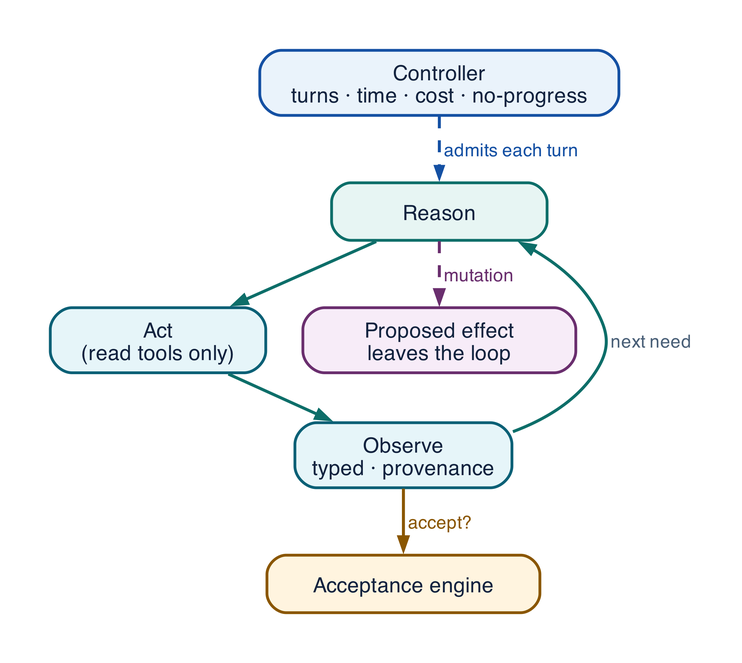
Earlier version of the Graphviz export assets/diagrams/pattern-react.png (rrahimi-uci/building-enterprise-general-intelligence). Its source is kept beside it as assets/diagrams/src/pattern-react.gv.
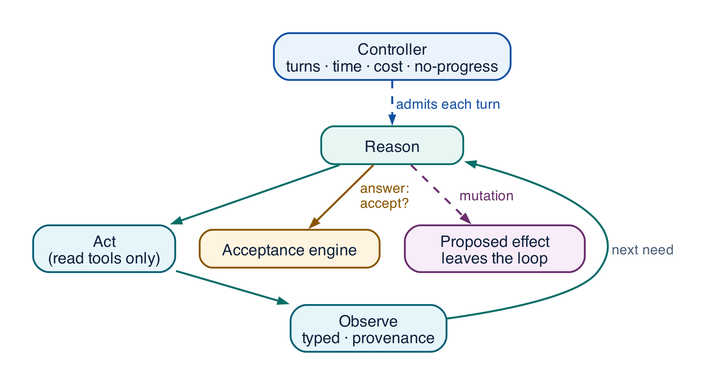
The same file after the commit.

Diff of the diagram source:
```diff
@@ -1,7 +1,7 @@
 digraph pattern_react {
   rankdir = TB
   graph [ranksep=0.34, nodesep=0.26]
-  node [shape=box, style="filled,rounded", penwidth=1.4, fontsize=10.5,
+  node [shape=box, style="filled,rounded", penwidth=1.4, fontsize=12,
         margin="0.12,0.07", height=0.40, width=1.5]
   edge [arrowsize=0.65, penwidth=1.5, color="#0D6E69"]
 
@@ -14,9 +14,9 @@
   pro [label="Proposed effect\nleaves the loop", fillcolor="#F7ECF8", color="#6A2E6E", width=1.9]
 
   rea -> act -> obs
-  obs -> rea [label=" next need", fontsize=9, fontcolor="#4A6078"]
+  obs -> rea [label=" next need", fontsize=10.5, fontcolor="#4A6078"]
   ctl -> rea [color="#1450A3", style=dashed, arrowsize=0.55, label=" admits each turn",
-              fontsize=9, fontcolor="#1450A3"]
-  obs -> acc [color="#8A5600", label=" accept?", fontsize=9, fontcolor="#8A5600"]
-  rea -> pro [color="#6A2E6E", style=dashed, label=" mutation", fontsize=9, fontcolor="#6A2E6E"]
+              fontsize=10.5, fontcolor="#1450A3"]
+  rea -> acc [color="#8A5600", label=" answer:\n accept?", fontsize=10.5, fontcolor="#8A5600"]
+  rea -> pro [color="#6A2E6E", style=dashed, label=" mutation", fontsize=10.5, fontcolor="#6A2E6E"]
 }
```
